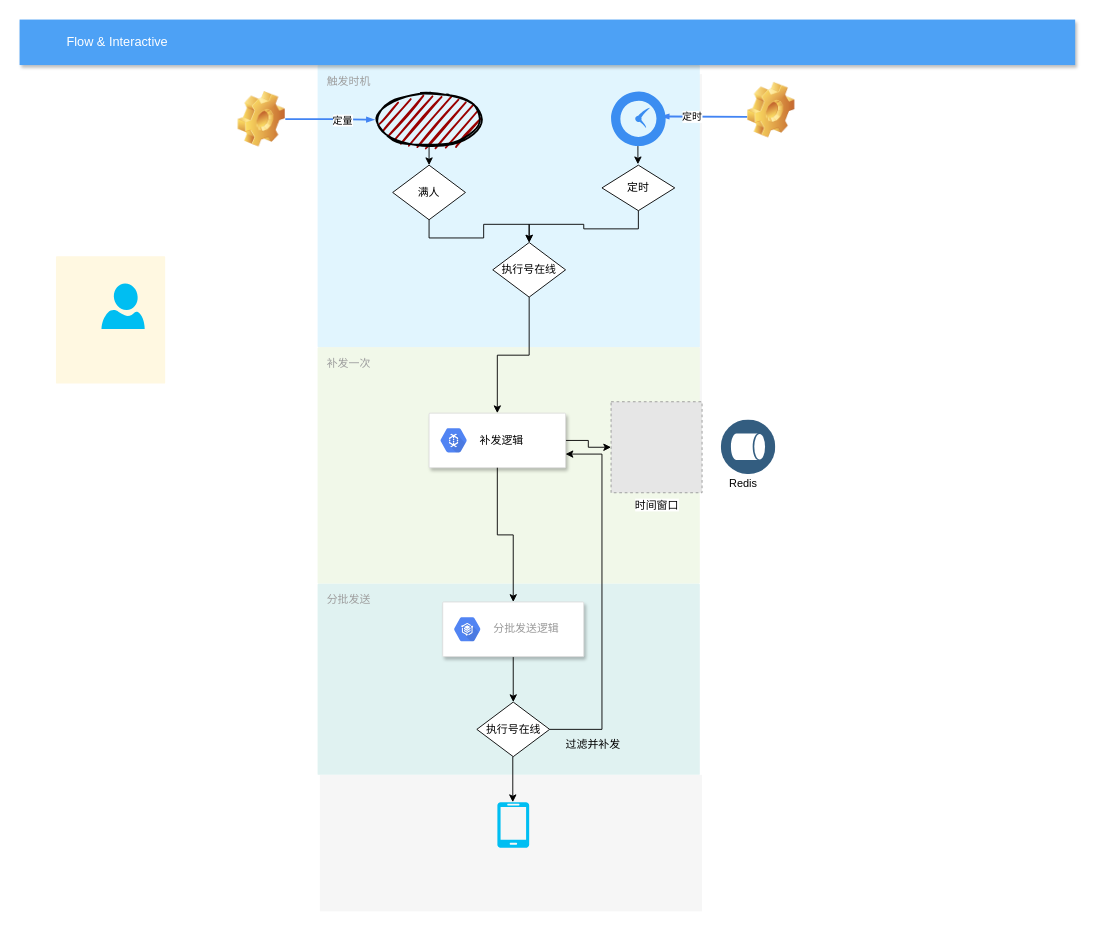
Above: craft/Copy of task_magr1.drawio in feihu618/drawio (draw.io), before the change. Source tidied: cells renumbered, new cells numbered last; positions are measured from the earlier drawing's top-left corner, leaving out a move shared by most shapes. Both pictures are drawn from the tidied source at 91%, with x=0, y=0 at pixel (19, 19). Pictures stored in the file or linked from it are replaced by grey dashed boxes.
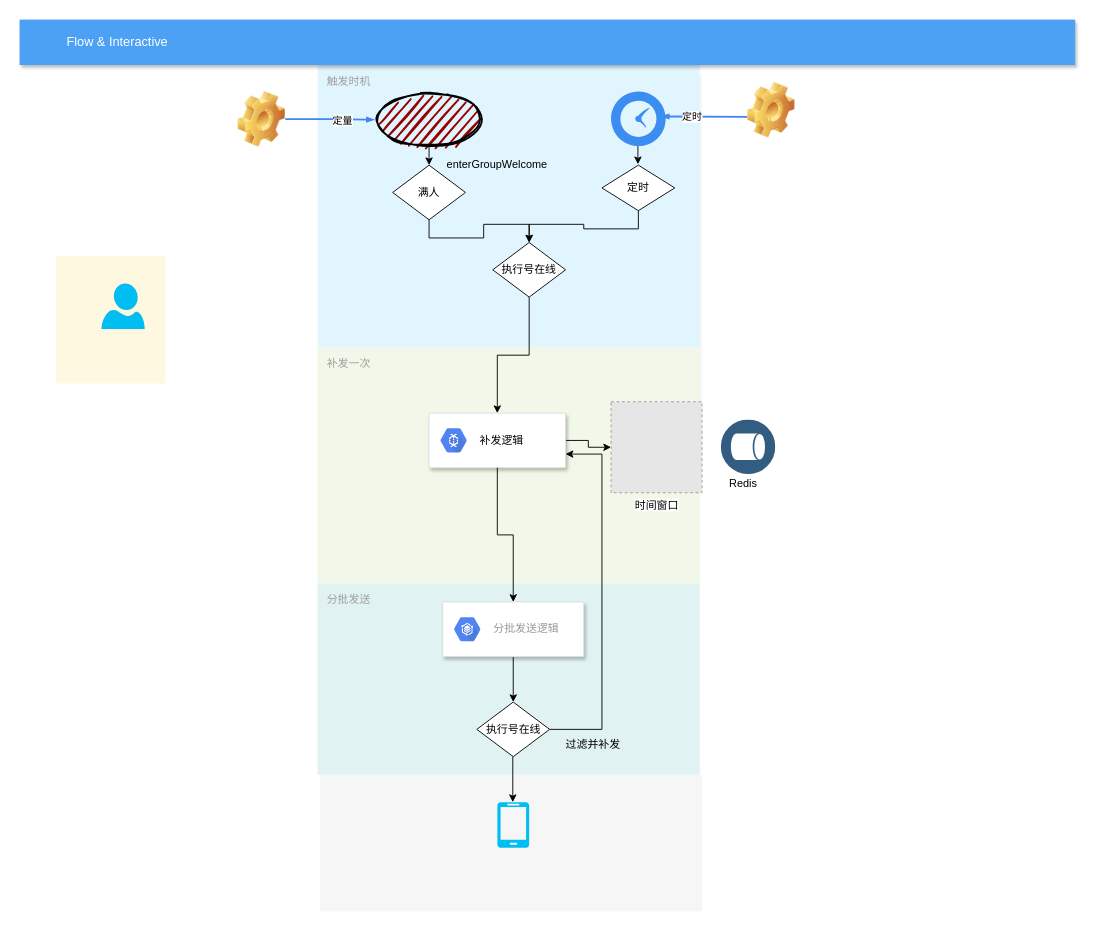
After the change.

The edit, as a diff of the source:
```diff
@@
+    <mxCell id="43" value="enterGroupWelcome" style="text;html=1;strokeColor=none;fillColor=none;align=center;verticalAlign=middle;whiteSpace=wrap;rounded=0;" parent="1" vertex="1">
+      <mxGeometry x="505" y="150" width="40" height="20" as="geometry" />
+    </mxCell>
```
